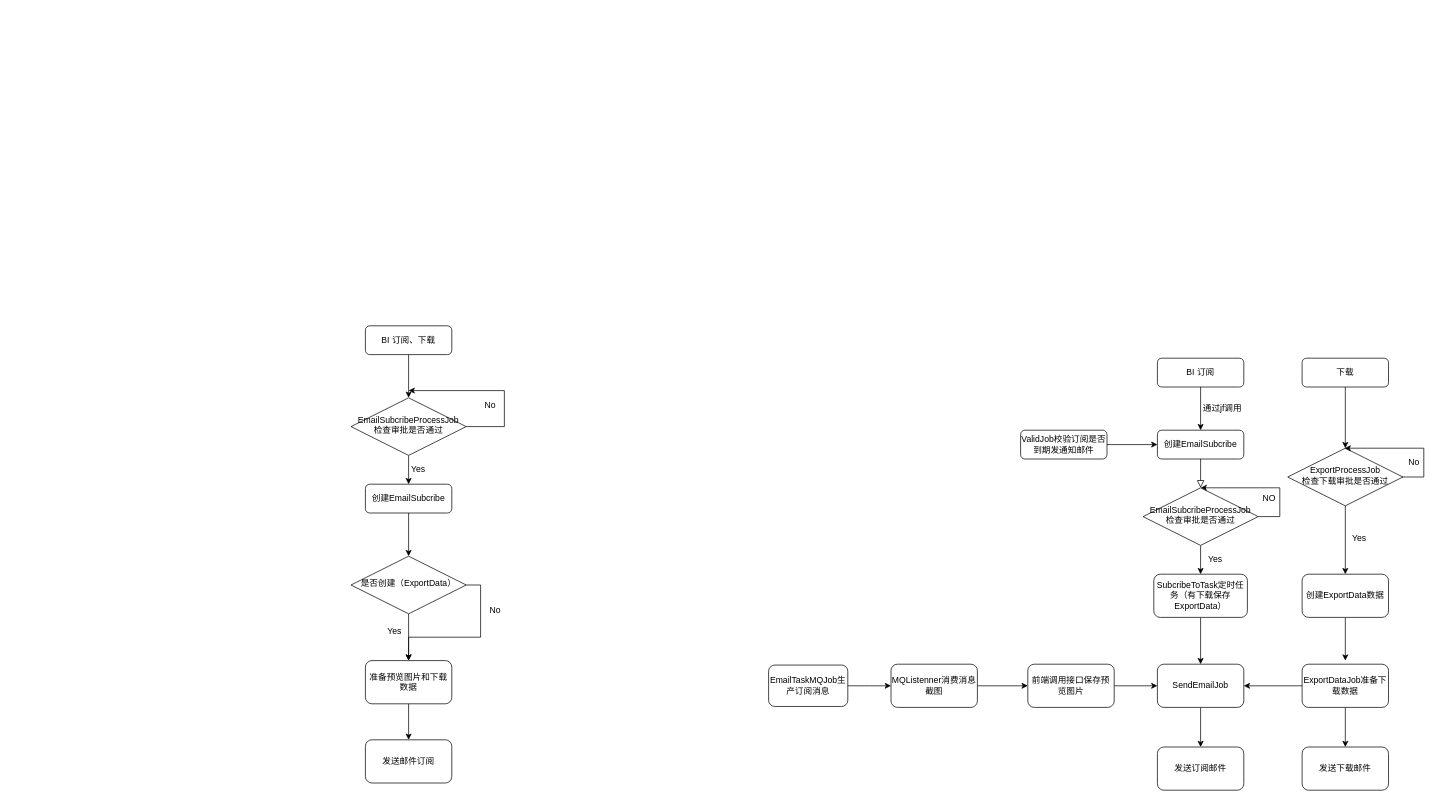
This is com/cd/Untitled Diagram.drawio from xuedongfeng/oneTest, a draw.io file, before an edit. Source tidied: cells renumbered, new cells numbered last; positions are measured from the earlier drawing's top-left corner, leaving out a move shared by most shapes. Both pictures are drawn from the tidied source at 72%, with x=0, y=0 at pixel (351, 325).
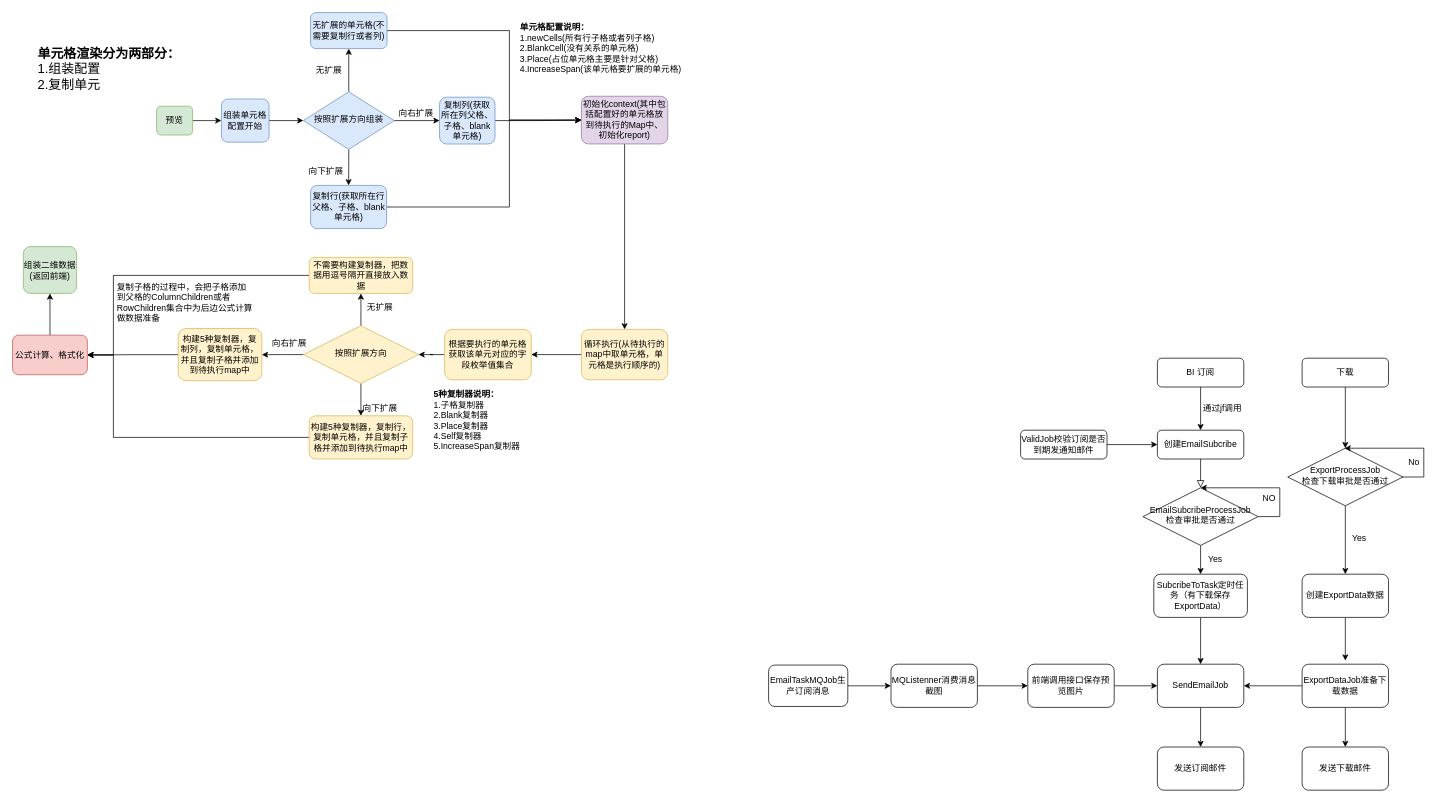
The same page after the edit.

Diff of the diagram source:
```diff
@@
-    <mxCell id="28" style="edgeStyle=orthogonalEdgeStyle;rounded=0;jettySize=auto;html=1;exitX=0.5;exitY=1;exitDx=0;exitDy=0;" parent="1" edge="1" source="29" target="34">
-      <mxGeometry relative="1" as="geometry" />
-    </mxCell>
+    <mxCell id="55" style="edgeStyle=orthogonalEdgeStyle;rounded=0;jettySize=auto;html=1;" parent="1" edge="1" source="29" target="62">
+      <mxGeometry relative="1" as="geometry" />
+    </mxCell>
-    <mxCell id="29" value="BI 订阅、下载" style="rounded=1;whiteSpace=wrap;html=1;fontSize=12;glass=0;strokeWidth=1;shadow=0;" parent="1" vertex="1">
-      <mxGeometry x="20" width="120" height="40" as="geometry" />
+    <mxCell id="29" value="组装单元格配置开始" style="rounded=1;whiteSpace=wrap;html=1;fontSize=12;glass=0;strokeWidth=1;shadow=0;fillColor=#dae8fc;strokeColor=#6c8ebf;" parent="1" vertex="1">
+      <mxGeometry x="-180" y="-315" width="66.2" height="60" as="geometry" />
     </mxCell>
-    <mxCell id="30" style="edgeStyle=orthogonalEdgeStyle;rounded=0;jettySize=auto;html=1;exitX=0.5;exitY=1;exitDx=0;exitDy=0;entryX=0.5;entryY=0;entryDx=0;entryDy=0;" parent="1" edge="1" source="31" target="37">
-      <mxGeometry relative="1" as="geometry" />
-    </mxCell>
-    <mxCell id="31" value="创建EmailSubcribe" style="rounded=1;whiteSpace=wrap;html=1;fontSize=12;glass=0;strokeWidth=1;shadow=0;" parent="1" vertex="1">
-      <mxGeometry x="20" y="220" width="120" height="40" as="geometry" />
-    </mxCell>
-    <mxCell id="32" style="edgeStyle=orthogonalEdgeStyle;rounded=0;jettySize=auto;html=1;exitX=0.5;exitY=1;exitDx=0;exitDy=0;entryX=0.5;entryY=0;entryDx=0;entryDy=0;" parent="1" edge="1" source="34" target="31">
-      <mxGeometry relative="1" as="geometry" />
-    </mxCell>
-    <mxCell id="33" style="edgeStyle=orthogonalEdgeStyle;rounded=0;jettySize=auto;html=1;exitX=1;exitY=0.5;exitDx=0;exitDy=0;" parent="1" edge="1" source="34">
-      <mxGeometry relative="1" as="geometry">
-        <mxPoint x="80" y="90" as="targetPoint" />
-        <Array as="points">
-          <mxPoint x="213" y="140" />
-          <mxPoint x="213" y="90" />
-        </Array>
-      </mxGeometry>
-    </mxCell>
-    <mxCell id="34" value="EmailSubcribeProcessJob&lt;br&gt;检查审批是否通过" style="rhombus;whiteSpace=wrap;html=1;shadow=0;fontFamily=Helvetica;fontSize=12;align=center;strokeWidth=1;spacing=6;spacingTop=-4;" parent="1" vertex="1">
-      <mxGeometry y="100" width="160" height="80" as="geometry" />
-    </mxCell>
-    <mxCell id="35" style="edgeStyle=orthogonalEdgeStyle;rounded=0;jettySize=auto;html=1;entryX=0.5;entryY=0;entryDx=0;entryDy=0;" parent="1" edge="1" source="37" target="39">
-      <mxGeometry relative="1" as="geometry" />
-    </mxCell>
-    <mxCell id="36" style="edgeStyle=orthogonalEdgeStyle;rounded=0;jettySize=auto;html=1;exitX=1;exitY=0.5;exitDx=0;exitDy=0;entryX=0.5;entryY=0;entryDx=0;entryDy=0;" parent="1" edge="1" source="37" target="39">
-      <mxGeometry relative="1" as="geometry" />
-    </mxCell>
-    <mxCell id="37" value="是否创建（ExportData）" style="rhombus;whiteSpace=wrap;html=1;shadow=0;fontFamily=Helvetica;fontSize=12;align=center;strokeWidth=1;spacing=6;spacingTop=-4;" parent="1" vertex="1">
-      <mxGeometry y="320" width="160" height="80" as="geometry" />
-    </mxCell>
-    <mxCell id="38" style="edgeStyle=orthogonalEdgeStyle;rounded=0;jettySize=auto;html=1;entryX=0.5;entryY=0;entryDx=0;entryDy=0;" parent="1" edge="1" source="39" target="40">
-      <mxGeometry relative="1" as="geometry" />
-    </mxCell>
-    <mxCell id="39" value="准备预览图片和下载数据" style="rounded=1;whiteSpace=wrap;html=1;" parent="1" vertex="1">
-      <mxGeometry x="20" y="465" width="120" height="60" as="geometry" />
-    </mxCell>
+    <mxCell id="56" style="edgeStyle=orthogonalEdgeStyle;rounded=0;jettySize=auto;html=1;" parent="1" edge="1" source="40" target="76">
+      <mxGeometry relative="1" as="geometry" />
+    </mxCell>
-    <mxCell id="40" value="发送邮件订阅" style="rounded=1;whiteSpace=wrap;html=1;" parent="1" vertex="1">
-      <mxGeometry x="20" y="575" width="120" height="60" as="geometry" />
+    <mxCell id="40" value="根据要执行的单元格获取该单元对应的字段枚举值集合" style="rounded=1;whiteSpace=wrap;html=1;fillColor=#fff2cc;strokeColor=#d6b656;" parent="1" vertex="1">
+      <mxGeometry x="130" y="5" width="120.4" height="70" as="geometry" />
     </mxCell>
-    <mxCell id="41" value="Yes" style="text;html=1;align=center;verticalAlign=middle;strokeColor=none;" parent="1" vertex="1">
-      <mxGeometry x="78" y="190" width="30" height="20" as="geometry" />
-    </mxCell>
-    <mxCell id="42" value="No" style="text;html=1;align=center;verticalAlign=middle;strokeColor=none;" parent="1" vertex="1">
-      <mxGeometry x="178" y="100" width="30" height="20" as="geometry" />
-    </mxCell>
-    <mxCell id="43" value="Yes" style="text;html=1;align=center;verticalAlign=middle;strokeColor=none;" parent="1" vertex="1">
-      <mxGeometry x="45" y="415" width="30" height="20" as="geometry" />
-    </mxCell>
-    <mxCell id="44" value="No" style="text;html=1;align=center;verticalAlign=middle;strokeColor=none;" parent="1" vertex="1">
-      <mxGeometry x="185" y="385" width="30" height="20" as="geometry" />
-    </mxCell>
@@
+    <mxCell id="57" style="edgeStyle=orthogonalEdgeStyle;rounded=0;jettySize=auto;html=1;entryX=0;entryY=0.5;entryDx=0;entryDy=0;" parent="1" edge="1" source="58" target="29">
+      <mxGeometry relative="1" as="geometry" />
+    </mxCell>
+    <mxCell id="58" value="预览" style="rounded=1;whiteSpace=wrap;html=1;fontSize=12;glass=0;strokeWidth=1;shadow=0;fillColor=#d5e8d4;strokeColor=#82b366;" parent="1" vertex="1">
+      <mxGeometry x="-270" y="-305" width="50" height="40" as="geometry" />
+    </mxCell>
+    <mxCell id="59" style="edgeStyle=orthogonalEdgeStyle;rounded=0;jettySize=auto;html=1;exitX=1;exitY=0.5;exitDx=0;exitDy=0;" parent="1" edge="1" source="62" target="64">
+      <mxGeometry relative="1" as="geometry" />
+    </mxCell>
+    <mxCell id="60" style="edgeStyle=orthogonalEdgeStyle;rounded=0;jettySize=auto;html=1;" parent="1" edge="1" source="62" target="67">
+      <mxGeometry relative="1" as="geometry" />
+    </mxCell>
+    <mxCell id="61" style="edgeStyle=orthogonalEdgeStyle;rounded=0;jettySize=auto;html=1;" parent="1" edge="1" source="62" target="93">
+      <mxGeometry relative="1" as="geometry" />
+    </mxCell>
+    <mxCell id="62" value="按照扩展方向组装" style="rhombus;whiteSpace=wrap;html=1;shadow=0;fontFamily=Helvetica;fontSize=12;align=center;strokeWidth=1;spacing=6;spacingTop=-4;fillColor=#dae8fc;strokeColor=#6c8ebf;" parent="1" vertex="1">
+      <mxGeometry x="-66.2" y="-325" width="126.2" height="80" as="geometry" />
+    </mxCell>
+    <mxCell id="63" style="edgeStyle=orthogonalEdgeStyle;rounded=0;jettySize=auto;html=1;" parent="1" edge="1" source="64" target="72">
+      <mxGeometry relative="1" as="geometry" />
+    </mxCell>
+    <mxCell id="64" value="复制列(获取所在列父格、子格、blank单元格)" style="rounded=1;whiteSpace=wrap;html=1;fontSize=12;glass=0;strokeWidth=1;shadow=0;fillColor=#dae8fc;strokeColor=#6c8ebf;" parent="1" vertex="1">
+      <mxGeometry x="123" y="-317.5" width="77" height="65" as="geometry" />
+    </mxCell>
+    <mxCell id="65" value="向右扩展" style="text;html=1;align=center;verticalAlign=middle;strokeColor=none;" parent="1" vertex="1">
+      <mxGeometry x="60" y="-305" width="60" height="20" as="geometry" />
+    </mxCell>
+    <mxCell id="66" style="edgeStyle=orthogonalEdgeStyle;rounded=0;jettySize=auto;html=1;entryX=0;entryY=0.5;entryDx=0;entryDy=0;" parent="1" edge="1" source="67" target="72">
+      <mxGeometry relative="1" as="geometry">
+        <Array as="points">
+          <mxPoint x="220" y="-165" />
+          <mxPoint x="220" y="-286" />
+        </Array>
+      </mxGeometry>
+    </mxCell>
+    <mxCell id="67" value="复制行(获取所在行父格、子格、blank单元格)" style="rounded=1;whiteSpace=wrap;html=1;fontSize=12;glass=0;strokeWidth=1;shadow=0;fillColor=#dae8fc;strokeColor=#6c8ebf;" parent="1" vertex="1">
+      <mxGeometry x="-56.2" y="-195" width="105.6" height="60" as="geometry" />
+    </mxCell>
+    <mxCell id="68" value="向下扩展" style="text;html=1;align=center;verticalAlign=middle;strokeColor=none;" parent="1" vertex="1">
+      <mxGeometry x="-65" y="-225" width="60" height="20" as="geometry" />
+    </mxCell>
+    <mxCell id="69" value="&lt;br&gt;&lt;b&gt;5种复制器说明：&lt;/b&gt;&lt;br&gt;1.子格复制器&lt;br&gt;2.Blank复制器&lt;br&gt;3.Place复制器&lt;br&gt;4.Self复制器&lt;br&gt;5.IncreaseSpan复制器" style="text;html=1;strokeColor=none;fillColor=none;spacing=5;spacingTop=-20;whiteSpace=wrap;overflow=hidden;rounded=0;" parent="1" vertex="1">
+      <mxGeometry x="110.4" y="85" width="140" height="100" as="geometry" />
+    </mxCell>
+    <mxCell id="70" value="&lt;br&gt;&lt;b&gt;单元格配置说明：&lt;/b&gt;&lt;br&gt;1.newCells(所有行子格或者列子格)&lt;br&gt;2.BlankCell(没有关系的单元格)&lt;br&gt;3.Place(占位单元格主要是针对父格)&lt;br&gt;4.IncreaseSpan(该单元格要扩展的单元格)" style="text;html=1;strokeColor=none;fillColor=none;spacing=5;spacingTop=-20;whiteSpace=wrap;overflow=hidden;rounded=0;" parent="1" vertex="1">
+      <mxGeometry x="230" y="-425" width="240" height="80" as="geometry" />
+    </mxCell>
+    <mxCell id="71" style="edgeStyle=orthogonalEdgeStyle;rounded=0;jettySize=auto;html=1;entryX=0.5;entryY=0;entryDx=0;entryDy=0;" parent="1" edge="1" source="72" target="78">
+      <mxGeometry relative="1" as="geometry" />
+    </mxCell>
+    <mxCell id="72" value="初始化context(其中包括配置好的单元格放到待执行的Map中、初始化report)" style="rounded=1;whiteSpace=wrap;html=1;fontSize=12;glass=0;strokeWidth=1;shadow=0;fillColor=#e1d5e7;strokeColor=#9673a6;" parent="1" vertex="1">
+      <mxGeometry x="320" y="-318.8" width="120" height="66.2" as="geometry" />
+    </mxCell>
+    <mxCell id="73" style="edgeStyle=orthogonalEdgeStyle;rounded=0;jettySize=auto;html=1;" parent="1" edge="1" source="76" target="83">
+      <mxGeometry relative="1" as="geometry" />
+    </mxCell>
+    <mxCell id="74" style="edgeStyle=orthogonalEdgeStyle;rounded=0;jettySize=auto;html=1;" parent="1" edge="1" source="76" target="85">
+      <mxGeometry relative="1" as="geometry" />
+    </mxCell>
+    <mxCell id="75" style="edgeStyle=orthogonalEdgeStyle;rounded=0;jettySize=auto;html=1;" parent="1" edge="1" source="76" target="80">
+      <mxGeometry relative="1" as="geometry" />
+    </mxCell>
+    <mxCell id="76" value="按照扩展方向" style="rhombus;whiteSpace=wrap;html=1;shadow=0;fontFamily=Helvetica;fontSize=12;align=center;strokeWidth=1;spacing=6;spacingTop=-4;fillColor=#fff2cc;strokeColor=#d6b656;" parent="1" vertex="1">
+      <mxGeometry x="-66.2" width="160" height="80" as="geometry" />
+    </mxCell>
+    <mxCell id="77" style="edgeStyle=orthogonalEdgeStyle;rounded=0;jettySize=auto;html=1;" parent="1" edge="1" source="78" target="40">
+      <mxGeometry relative="1" as="geometry" />
+    </mxCell>
+    <mxCell id="78" value="循环执行(从待执行的map中取单元格，单元格是执行顺序的)" style="rounded=1;whiteSpace=wrap;html=1;fillColor=#fff2cc;strokeColor=#d6b656;" parent="1" vertex="1">
+      <mxGeometry x="320" y="5" width="120" height="70" as="geometry" />
+    </mxCell>
+    <mxCell id="79" style="edgeStyle=orthogonalEdgeStyle;rounded=0;jettySize=auto;html=1;entryX=1;entryY=0.5;entryDx=0;entryDy=0;" parent="1" edge="1" source="80" target="89">
+      <mxGeometry relative="1" as="geometry" />
+    </mxCell>
+    <mxCell id="80" value="构建5种复制器，复制列，复制单元格，并且复制子格并添加到待执行map中" style="rounded=1;whiteSpace=wrap;html=1;fillColor=#fff2cc;strokeColor=#d6b656;" parent="1" vertex="1">
+      <mxGeometry x="-240" y="3.8" width="116.2" height="72.5" as="geometry" />
+    </mxCell>
+    <mxCell id="81" value="向右扩展" style="text;html=1;align=center;verticalAlign=middle;strokeColor=none;" parent="1" vertex="1">
+      <mxGeometry x="-116.2" y="15" width="60" height="20" as="geometry" />
+    </mxCell>
+    <mxCell id="82" style="edgeStyle=orthogonalEdgeStyle;rounded=0;jettySize=auto;html=1;entryX=1;entryY=0.5;entryDx=0;entryDy=0;" parent="1" edge="1" source="83" target="89">
+      <mxGeometry relative="1" as="geometry">
+        <Array as="points">
+          <mxPoint x="-330" y="155" />
+          <mxPoint x="-330" y="41" />
+        </Array>
+      </mxGeometry>
+    </mxCell>
+    <mxCell id="83" value="构建5种复制器，复制行，复制单元格，并且复制子格并添加到待执行map中" style="rounded=1;whiteSpace=wrap;html=1;fillColor=#fff2cc;strokeColor=#d6b656;" parent="1" vertex="1">
+      <mxGeometry x="-58.1" y="125" width="143.8" height="60" as="geometry" />
+    </mxCell>
+    <mxCell id="84" style="edgeStyle=orthogonalEdgeStyle;rounded=0;jettySize=auto;html=1;entryX=1;entryY=0.5;entryDx=0;entryDy=0;" parent="1" edge="1" source="85" target="89">
+      <mxGeometry relative="1" as="geometry">
+        <Array as="points">
+          <mxPoint x="-330" y="-70" />
+          <mxPoint x="-330" y="41" />
+        </Array>
+      </mxGeometry>
+    </mxCell>
+    <mxCell id="85" value="不需要构建复制器，把数据用逗号隔开直接放入数据" style="rounded=1;whiteSpace=wrap;html=1;fillColor=#fff2cc;strokeColor=#d6b656;" parent="1" vertex="1">
+      <mxGeometry x="-58.1" y="-95" width="143.8" height="50" as="geometry" />
+    </mxCell>
+    <mxCell id="86" value="无扩展" style="text;html=1;align=center;verticalAlign=middle;strokeColor=none;" parent="1" vertex="1">
+      <mxGeometry x="15" y="-35" width="50" height="20" as="geometry" />
+    </mxCell>
+    <mxCell id="87" value="向下扩展" style="text;html=1;align=center;verticalAlign=middle;strokeColor=none;" parent="1" vertex="1">
+      <mxGeometry x="10" y="105" width="60" height="20" as="geometry" />
+    </mxCell>
+    <mxCell id="88" style="edgeStyle=orthogonalEdgeStyle;rounded=0;jettySize=auto;html=1;" parent="1" edge="1" source="89" target="91">
+      <mxGeometry relative="1" as="geometry" />
+    </mxCell>
+    <mxCell id="89" value="公式计算、格式化" style="rounded=1;whiteSpace=wrap;html=1;fillColor=#f8cecc;strokeColor=#b85450;" parent="1" vertex="1">
+      <mxGeometry x="-470" y="13" width="103.8" height="55" as="geometry" />
+    </mxCell>
+    <mxCell id="90" value="复制子格的过程中，会把子格添加到父格的ColumnChildren或者RowChildren集合中为后边公式计算做数据准备" style="text;html=1;strokeColor=none;fillColor=none;spacing=5;spacingTop=-20;whiteSpace=wrap;overflow=hidden;rounded=0;" parent="1" vertex="1">
+      <mxGeometry x="-330" y="-50" width="197" height="50" as="geometry" />
+    </mxCell>
+    <mxCell id="91" value="组装二维数据(返回前端)" style="rounded=1;whiteSpace=wrap;html=1;fillColor=#d5e8d4;strokeColor=#82b366;" parent="1" vertex="1">
+      <mxGeometry x="-455.1" y="-110" width="74" height="65" as="geometry" />
+    </mxCell>
+    <mxCell id="92" style="edgeStyle=orthogonalEdgeStyle;rounded=0;jettySize=auto;html=1;entryX=0;entryY=0.5;entryDx=0;entryDy=0;" parent="1" edge="1" source="93" target="72">
+      <mxGeometry relative="1" as="geometry">
+        <Array as="points">
+          <mxPoint x="220" y="-410" />
+          <mxPoint x="220" y="-286" />
+        </Array>
+      </mxGeometry>
+    </mxCell>
+    <mxCell id="93" value="无扩展的单元格(不需要复制行或者列)" style="rounded=1;whiteSpace=wrap;html=1;fontSize=12;glass=0;strokeWidth=1;shadow=0;fillColor=#dae8fc;strokeColor=#6c8ebf;" parent="1" vertex="1">
+      <mxGeometry x="-56.2" y="-435" width="106.2" height="50" as="geometry" />
+    </mxCell>
+    <mxCell id="94" value="无扩展" style="text;html=1;align=center;verticalAlign=middle;strokeColor=none;" parent="1" vertex="1">
+      <mxGeometry x="-56.2" y="-365" width="50" height="20" as="geometry" />
+    </mxCell>
+    <mxCell id="95" value="&lt;font style=&quot;font-size: 18px&quot;&gt;&lt;br&gt;&lt;b&gt;单元格渲染分为两部分：&lt;/b&gt;&lt;br&gt;1.组装配置&lt;br&gt;2.复制单元&lt;/font&gt;" style="text;html=1;strokeColor=none;fillColor=none;spacing=5;spacingTop=-20;whiteSpace=wrap;overflow=hidden;rounded=0;" parent="1" vertex="1">
+      <mxGeometry x="-440" y="-398.8" width="240" height="80" as="geometry" />
+    </mxCell>
```
